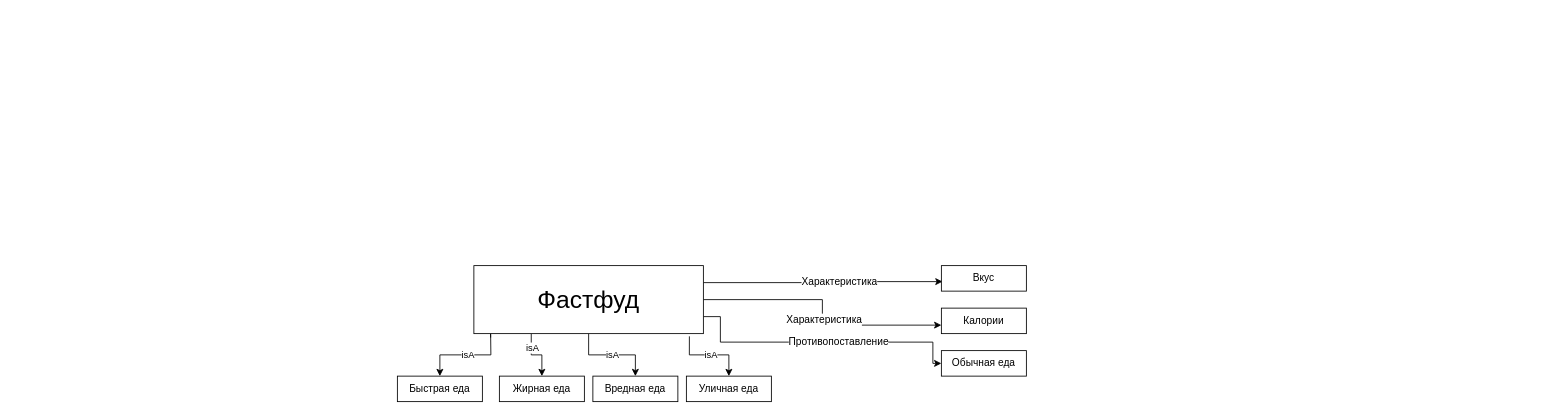
Above: diagrams/Фастфуд - семантическая сеть.drawio in rusvlp/UML (draw.io), before the change. Source tidied: cells renumbered, new cells numbered last; positions are measured from the earlier drawing's top-left corner, leaving out a move shared by most shapes. Both pictures are drawn from the tidied source at 85%, with x=0, y=0 at pixel (397, 265).
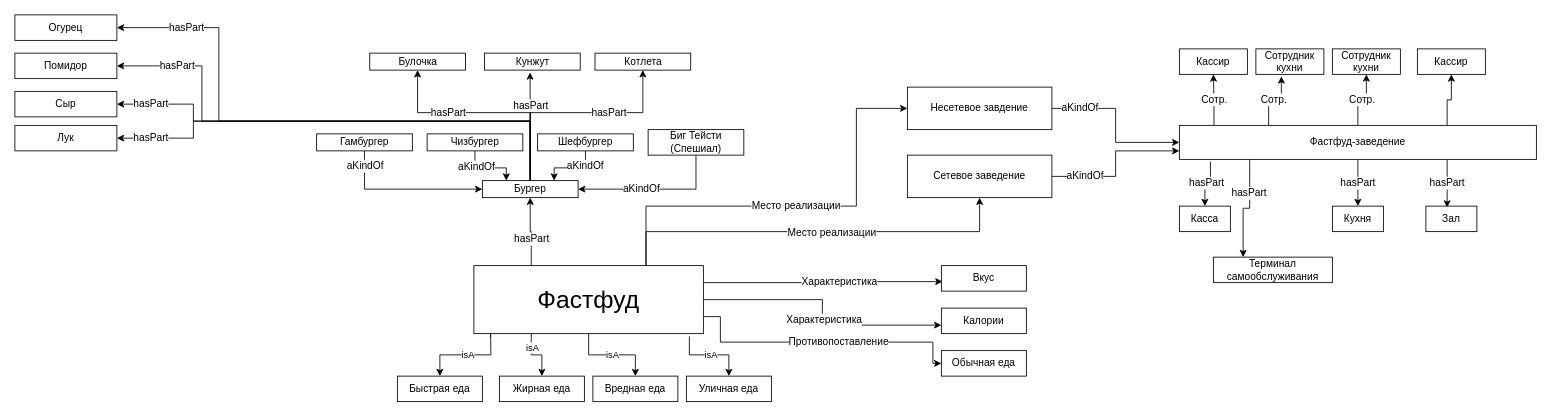
The same diagram, later.

The change refers to these unchanged cells:
```xml
<mxCell id="13" value="&lt;font style=&quot;font-size: 29px;&quot;&gt;Фастфуд&lt;/font&gt;" style="rounded=0;whiteSpace=wrap;html=1;" parent="1" vertex="1">
  <mxGeometry x="90" width="270" height="80" as="geometry" />
</mxCell>
```

What changed in the source:
```diff
@@
+    <mxCell id="21" style="edgeStyle=orthogonalEdgeStyle;rounded=0;jettySize=auto;html=1;exitX=0.25;exitY=0;exitDx=0;exitDy=0;fontSize=12;" parent="1" edge="1" source="13" target="35">
+      <mxGeometry relative="1" as="geometry" />
+    </mxCell>
+    <mxCell id="22" value="hasPart" style="edgeLabel;html=1;align=center;verticalAlign=middle;fontSize=12;" parent="21" vertex="1">
+      <mxGeometry x="-0.22" relative="1" as="geometry" />
+    </mxCell>
+    <mxCell id="23" style="edgeStyle=orthogonalEdgeStyle;rounded=0;jettySize=auto;html=1;exitX=0.75;exitY=0;exitDx=0;exitDy=0;fontSize=12;entryX=0.5;entryY=1;entryDx=0;entryDy=0;" parent="1" edge="1" source="13" target="56">
+      <mxGeometry relative="1" as="geometry" />
+    </mxCell>
+    <mxCell id="24" value="Место реализации" style="edgeLabel;html=1;align=center;verticalAlign=middle;fontSize=12;" parent="23" vertex="1">
+      <mxGeometry x="-0.28" y="-1" relative="1" as="geometry">
+        <mxPoint x="88" as="offset" />
+      </mxGeometry>
+    </mxCell>
+    <mxCell id="25" value="Место реализации" style="edgeStyle=orthogonalEdgeStyle;rounded=0;jettySize=auto;html=1;exitX=0.75;exitY=0;exitDx=0;exitDy=0;entryX=0;entryY=0.5;entryDx=0;entryDy=0;fontSize=12;" parent="1" edge="1" source="13" target="59">
+      <mxGeometry relative="1" as="geometry">
+        <Array as="points">
+          <mxPoint x="293" y="-70" />
+          <mxPoint x="540" y="-70" />
+          <mxPoint x="540" y="-185" />
+        </Array>
+      </mxGeometry>
+    </mxCell>
@@
+    <mxCell id="26" style="edgeStyle=orthogonalEdgeStyle;rounded=0;jettySize=auto;html=1;exitX=0.5;exitY=0;exitDx=0;exitDy=0;entryX=0.476;entryY=1.133;entryDx=0;entryDy=0;entryPerimeter=0;fontSize=12;" parent="1" edge="1" source="35" target="49">
+      <mxGeometry relative="1" as="geometry" />
+    </mxCell>
+    <mxCell id="27" value="hasPart" style="edgeLabel;html=1;align=center;verticalAlign=middle;fontSize=12;" parent="26" vertex="1">
+      <mxGeometry x="-0.06" relative="1" as="geometry">
+        <mxPoint y="-29" as="offset" />
+      </mxGeometry>
+    </mxCell>
+    <mxCell id="28" value="hasPart" style="edgeStyle=orthogonalEdgeStyle;rounded=0;jettySize=auto;html=1;exitX=0.5;exitY=0;exitDx=0;exitDy=0;entryX=0.5;entryY=1;entryDx=0;entryDy=0;fontSize=12;" parent="1" edge="1" source="35" target="50">
+      <mxGeometry x="0.32" relative="1" as="geometry">
+        <Array as="points">
+          <mxPoint x="156" y="-180" />
+          <mxPoint x="289" y="-180" />
+        </Array>
+      </mxGeometry>
+    </mxCell>
+    <mxCell id="29" value="hasPart" style="edgeStyle=orthogonalEdgeStyle;rounded=0;jettySize=auto;html=1;exitX=0.5;exitY=0;exitDx=0;exitDy=0;entryX=0.5;entryY=1;entryDx=0;entryDy=0;fontSize=12;" parent="1" edge="1" source="35" target="48">
+      <mxGeometry x="0.34" relative="1" as="geometry">
+        <Array as="points">
+          <mxPoint x="156" y="-180" />
+          <mxPoint x="24" y="-180" />
+        </Array>
+      </mxGeometry>
+    </mxCell>
+    <mxCell id="30" style="edgeStyle=orthogonalEdgeStyle;rounded=0;jettySize=auto;html=1;exitX=0.5;exitY=0;exitDx=0;exitDy=0;entryX=1;entryY=0.5;entryDx=0;entryDy=0;fontSize=12;" parent="1" edge="1" source="35" target="51">
+      <mxGeometry relative="1" as="geometry">
+        <Array as="points">
+          <mxPoint x="156" y="-170" />
+          <mxPoint x="-210" y="-170" />
+          <mxPoint x="-210" y="-280" />
+        </Array>
+      </mxGeometry>
+    </mxCell>
+    <mxCell id="31" value="hasPart" style="edgeLabel;html=1;align=center;verticalAlign=middle;fontSize=12;" parent="30" vertex="1">
+      <mxGeometry x="0.25" relative="1" as="geometry">
+        <mxPoint x="-59" y="-110" as="offset" />
+      </mxGeometry>
+    </mxCell>
+    <mxCell id="32" value="hasPart" style="edgeStyle=orthogonalEdgeStyle;rounded=0;jettySize=auto;html=1;exitX=0.5;exitY=0;exitDx=0;exitDy=0;entryX=1;entryY=0.5;entryDx=0;entryDy=0;fontSize=12;" parent="1" edge="1" source="35" target="52">
+      <mxGeometry x="0.77" relative="1" as="geometry">
+        <Array as="points">
+          <mxPoint x="156" y="-170" />
+          <mxPoint x="-230" y="-170" />
+          <mxPoint x="-230" y="-235" />
+        </Array>
+      </mxGeometry>
+    </mxCell>
+    <mxCell id="33" value="hasPart" style="edgeStyle=orthogonalEdgeStyle;rounded=0;jettySize=auto;html=1;exitX=0.5;exitY=0;exitDx=0;exitDy=0;entryX=1;entryY=0.5;entryDx=0;entryDy=0;fontSize=12;" parent="1" edge="1" source="35" target="53">
+      <mxGeometry x="0.86" relative="1" as="geometry">
+        <Array as="points">
+          <mxPoint x="156" y="-170" />
+          <mxPoint x="-240" y="-170" />
+          <mxPoint x="-240" y="-190" />
+        </Array>
+      </mxGeometry>
+    </mxCell>
+    <mxCell id="34" value="hasPart" style="edgeStyle=orthogonalEdgeStyle;rounded=0;jettySize=auto;html=1;exitX=0.5;exitY=0;exitDx=0;exitDy=0;entryX=1;entryY=0.5;entryDx=0;entryDy=0;fontSize=12;" parent="1" edge="1" source="35" target="54">
+      <mxGeometry x="0.86" relative="1" as="geometry">
+        <Array as="points">
+          <mxPoint x="156" y="-170" />
+          <mxPoint x="-240" y="-170" />
+          <mxPoint x="-240" y="-150" />
+        </Array>
+      </mxGeometry>
+    </mxCell>
+    <mxCell id="35" value="Бургер" style="rounded=0;whiteSpace=wrap;html=1;fontSize=12;" parent="1" vertex="1">
+      <mxGeometry x="100" y="-100" width="112.6" height="20" as="geometry" />
+    </mxCell>
+    <mxCell id="36" style="edgeStyle=orthogonalEdgeStyle;rounded=0;jettySize=auto;html=1;exitX=0.5;exitY=1;exitDx=0;exitDy=0;entryX=0;entryY=0.5;entryDx=0;entryDy=0;fontSize=12;" parent="1" edge="1" source="38" target="35">
+      <mxGeometry relative="1" as="geometry" />
+    </mxCell>
+    <mxCell id="37" value="aKindOf" style="edgeLabel;html=1;align=center;verticalAlign=middle;fontSize=12;" parent="36" vertex="1">
+      <mxGeometry x="-0.82" relative="1" as="geometry" />
+    </mxCell>
+    <mxCell id="38" value="Гамбургер" style="rounded=0;whiteSpace=wrap;html=1;fontSize=12;" parent="1" vertex="1">
+      <mxGeometry x="-95" y="-155" width="112.6" height="20" as="geometry" />
+    </mxCell>
+    <mxCell id="39" style="edgeStyle=orthogonalEdgeStyle;rounded=0;jettySize=auto;html=1;exitX=0.5;exitY=1;exitDx=0;exitDy=0;entryX=0.25;entryY=0;entryDx=0;entryDy=0;fontSize=12;" parent="1" edge="1" source="41" target="35">
+      <mxGeometry relative="1" as="geometry" />
+    </mxCell>
+    <mxCell id="40" value="aKindOf" style="edgeLabel;html=1;align=center;verticalAlign=middle;fontSize=12;" parent="39" vertex="1">
+      <mxGeometry x="-0.5" y="1" relative="1" as="geometry" />
+    </mxCell>
+    <mxCell id="41" value="Чизбургер" style="rounded=0;whiteSpace=wrap;html=1;fontSize=12;" parent="1" vertex="1">
+      <mxGeometry x="35" y="-155" width="112.6" height="20" as="geometry" />
+    </mxCell>
+    <mxCell id="42" style="edgeStyle=orthogonalEdgeStyle;rounded=0;jettySize=auto;html=1;exitX=0.5;exitY=1;exitDx=0;exitDy=0;entryX=0.75;entryY=0;entryDx=0;entryDy=0;fontSize=12;" parent="1" edge="1" source="44" target="35">
+      <mxGeometry relative="1" as="geometry" />
+    </mxCell>
+    <mxCell id="43" value="aKindOf" style="edgeLabel;html=1;align=center;verticalAlign=middle;fontSize=12;" parent="42" vertex="1">
+      <mxGeometry x="-0.54" y="-1" relative="1" as="geometry" />
+    </mxCell>
+    <mxCell id="44" value="Шефбургер" style="rounded=0;whiteSpace=wrap;html=1;fontSize=12;" parent="1" vertex="1">
+      <mxGeometry x="165" y="-155" width="112.6" height="20" as="geometry" />
+    </mxCell>
+    <mxCell id="45" style="edgeStyle=orthogonalEdgeStyle;rounded=0;jettySize=auto;html=1;exitX=0.5;exitY=1;exitDx=0;exitDy=0;entryX=1;entryY=0.5;entryDx=0;entryDy=0;fontSize=12;" parent="1" edge="1" source="47" target="35">
+      <mxGeometry relative="1" as="geometry">
+        <Array as="points">
+          <mxPoint x="351" y="-90" />
+        </Array>
+      </mxGeometry>
+    </mxCell>
+    <mxCell id="46" value="aKindOf" style="edgeLabel;html=1;align=center;verticalAlign=middle;fontSize=12;" parent="45" vertex="1">
+      <mxGeometry x="0.18" y="-1" relative="1" as="geometry" />
+    </mxCell>
+    <mxCell id="47" value="Биг Тейсти (Спешиал)" style="rounded=0;whiteSpace=wrap;html=1;fontSize=12;" parent="1" vertex="1">
+      <mxGeometry x="295" y="-160" width="112.6" height="30" as="geometry" />
+    </mxCell>
+    <mxCell id="48" value="Булочка" style="rounded=0;whiteSpace=wrap;html=1;fontSize=12;" parent="1" vertex="1">
+      <mxGeometry x="-32.5" y="-250" width="112.6" height="20" as="geometry" />
+    </mxCell>
+    <mxCell id="49" value="Кунжут" style="rounded=0;whiteSpace=wrap;html=1;fontSize=12;" parent="1" vertex="1">
+      <mxGeometry x="102.5" y="-250" width="112.6" height="20" as="geometry" />
+    </mxCell>
+    <mxCell id="50" value="Котлета" style="rounded=0;whiteSpace=wrap;html=1;fontSize=12;" parent="1" vertex="1">
+      <mxGeometry x="232.5" y="-250" width="112.6" height="20" as="geometry" />
+    </mxCell>
+    <mxCell id="51" value="Огурец" style="rounded=0;whiteSpace=wrap;html=1;fontSize=12;" parent="1" vertex="1">
+      <mxGeometry x="-450" y="-295" width="120" height="30" as="geometry" />
+    </mxCell>
+    <mxCell id="52" value="Помидор" style="rounded=0;whiteSpace=wrap;html=1;fontSize=12;" parent="1" vertex="1">
+      <mxGeometry x="-450" y="-250" width="120" height="30" as="geometry" />
+    </mxCell>
+    <mxCell id="53" value="Сыр" style="rounded=0;whiteSpace=wrap;html=1;fontSize=12;" parent="1" vertex="1">
+      <mxGeometry x="-450" y="-205" width="120" height="30" as="geometry" />
+    </mxCell>
+    <mxCell id="54" value="Лук" style="rounded=0;whiteSpace=wrap;html=1;fontSize=12;" parent="1" vertex="1">
+      <mxGeometry x="-450" y="-165" width="120" height="30" as="geometry" />
+    </mxCell>
+    <mxCell id="55" value="aKindOf" style="edgeStyle=orthogonalEdgeStyle;rounded=0;jettySize=auto;html=1;exitX=1;exitY=0.5;exitDx=0;exitDy=0;fontSize=12;entryX=0;entryY=0.75;entryDx=0;entryDy=0;" parent="1" edge="1" source="56" target="69">
+      <mxGeometry x="-0.57" relative="1" as="geometry" />
+    </mxCell>
+    <mxCell id="56" value="Сетевое заведение" style="rounded=0;whiteSpace=wrap;html=1;fontSize=12;" parent="1" vertex="1">
+      <mxGeometry x="600" y="-130" width="170" height="50" as="geometry" />
+    </mxCell>
+    <mxCell id="57" style="edgeStyle=orthogonalEdgeStyle;rounded=0;jettySize=auto;html=1;exitX=1;exitY=0.5;exitDx=0;exitDy=0;fontSize=12;entryX=0;entryY=0.5;entryDx=0;entryDy=0;" parent="1" edge="1" source="59" target="69">
+      <mxGeometry relative="1" as="geometry" />
+    </mxCell>
+    <mxCell id="58" value="aKindOf" style="edgeLabel;html=1;align=center;verticalAlign=middle;fontSize=12;" parent="57" vertex="1">
+      <mxGeometry x="-0.66" y="2" relative="1" as="geometry" />
+    </mxCell>
+    <mxCell id="59" value="Несетевое завдение" style="rounded=0;whiteSpace=wrap;html=1;fontSize=12;" parent="1" vertex="1">
+      <mxGeometry x="600" y="-210" width="170" height="50" as="geometry" />
+    </mxCell>
+    <mxCell id="60" value="hasPart" style="edgeStyle=orthogonalEdgeStyle;rounded=0;jettySize=auto;html=1;exitX=0.087;exitY=1.067;exitDx=0;exitDy=0;fontSize=12;exitPerimeter=0;" parent="1" edge="1" source="69" target="70">
+      <mxGeometry relative="1" as="geometry" />
+    </mxCell>
+    <mxCell id="61" value="Сотр." style="edgeStyle=orthogonalEdgeStyle;rounded=0;jettySize=auto;html=1;exitX=0.097;exitY=0.035;exitDx=0;exitDy=0;entryX=0.5;entryY=1;entryDx=0;entryDy=0;fontSize=12;exitPerimeter=0;" parent="1" edge="1" source="69" target="71">
+      <mxGeometry relative="1" as="geometry" />
+    </mxCell>
+    <mxCell id="62" style="edgeStyle=orthogonalEdgeStyle;rounded=0;jettySize=auto;html=1;exitX=0.197;exitY=0.979;exitDx=0;exitDy=0;fontSize=12;entryX=0.25;entryY=0;entryDx=0;entryDy=0;exitPerimeter=0;" parent="1" edge="1" source="69" target="72">
+      <mxGeometry relative="1" as="geometry" />
+    </mxCell>
+    <mxCell id="63" value="hasPart" style="edgeLabel;html=1;align=center;verticalAlign=middle;fontSize=12;" parent="62" vertex="1">
+      <mxGeometry x="-0.35" y="-1" relative="1" as="geometry" />
+    </mxCell>
+    <mxCell id="64" value="Сотр." style="edgeStyle=orthogonalEdgeStyle;rounded=0;jettySize=auto;html=1;exitX=0.25;exitY=0;exitDx=0;exitDy=0;entryX=0.375;entryY=1.076;entryDx=0;entryDy=0;entryPerimeter=0;fontSize=12;" parent="1" edge="1" source="69" target="73">
+      <mxGeometry relative="1" as="geometry" />
+    </mxCell>
+    <mxCell id="65" value="Сотр." style="edgeStyle=orthogonalEdgeStyle;rounded=0;jettySize=auto;html=1;exitX=0.5;exitY=0;exitDx=0;exitDy=0;fontSize=12;" parent="1" edge="1" source="69" target="76">
+      <mxGeometry relative="1" as="geometry" />
+    </mxCell>
+    <mxCell id="66" value="hasPart" style="edgeStyle=orthogonalEdgeStyle;rounded=0;jettySize=auto;html=1;exitX=0.5;exitY=1;exitDx=0;exitDy=0;fontSize=12;entryX=0.5;entryY=0;entryDx=0;entryDy=0;" parent="1" edge="1" source="69" target="74">
+      <mxGeometry relative="1" as="geometry" />
+    </mxCell>
+    <mxCell id="67" value="hasPart" style="edgeStyle=orthogonalEdgeStyle;rounded=0;jettySize=auto;html=1;exitX=0.75;exitY=1;exitDx=0;exitDy=0;fontSize=12;entryX=0.417;entryY=0.056;entryDx=0;entryDy=0;entryPerimeter=0;" parent="1" edge="1" source="69" target="75">
+      <mxGeometry relative="1" as="geometry" />
+    </mxCell>
+    <mxCell id="68" style="edgeStyle=orthogonalEdgeStyle;rounded=0;jettySize=auto;html=1;exitX=0.75;exitY=0;exitDx=0;exitDy=0;fontSize=12;" parent="1" edge="1" source="69" target="77">
+      <mxGeometry relative="1" as="geometry" />
+    </mxCell>
+    <mxCell id="69" value="Фастфуд-заведение" style="rounded=0;whiteSpace=wrap;html=1;fontSize=12;" parent="1" vertex="1">
+      <mxGeometry x="920" y="-165" width="420" height="40" as="geometry" />
+    </mxCell>
+    <mxCell id="70" value="Касса" style="rounded=0;whiteSpace=wrap;html=1;fontSize=12;" parent="1" vertex="1">
+      <mxGeometry x="920" y="-70" width="60" height="30" as="geometry" />
+    </mxCell>
+    <mxCell id="71" value="Кассир" style="rounded=0;whiteSpace=wrap;html=1;fontSize=12;" parent="1" vertex="1">
+      <mxGeometry x="920" y="-255" width="80" height="30" as="geometry" />
+    </mxCell>
+    <mxCell id="72" value="Терминал самообслуживания" style="rounded=0;whiteSpace=wrap;html=1;fontSize=12;" parent="1" vertex="1">
+      <mxGeometry x="960" y="-10" width="140" height="30" as="geometry" />
+    </mxCell>
+    <mxCell id="73" value="Сотрудник кухни" style="rounded=0;whiteSpace=wrap;html=1;fontSize=12;" parent="1" vertex="1">
+      <mxGeometry x="1010" y="-255" width="80" height="30" as="geometry" />
+    </mxCell>
+    <mxCell id="74" value="Кухня" style="rounded=0;whiteSpace=wrap;html=1;fontSize=12;" parent="1" vertex="1">
+      <mxGeometry x="1100" y="-70" width="60" height="30" as="geometry" />
+    </mxCell>
+    <mxCell id="75" value="Зал" style="rounded=0;whiteSpace=wrap;html=1;fontSize=12;" parent="1" vertex="1">
+      <mxGeometry x="1210" y="-70" width="60" height="30" as="geometry" />
+    </mxCell>
+    <mxCell id="76" value="Сотрудник кухни" style="rounded=0;whiteSpace=wrap;html=1;fontSize=12;" parent="1" vertex="1">
+      <mxGeometry x="1100" y="-255" width="80" height="30" as="geometry" />
+    </mxCell>
+    <mxCell id="77" value="Кассир" style="rounded=0;whiteSpace=wrap;html=1;fontSize=12;" parent="1" vertex="1">
+      <mxGeometry x="1200" y="-255" width="80" height="30" as="geometry" />
+    </mxCell>
```
